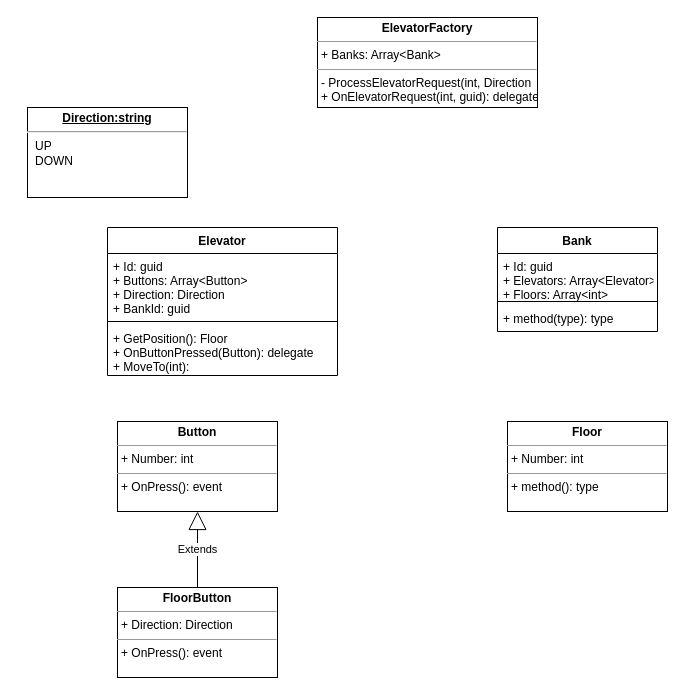
This is diagram.drawio from gezilein/ElevatorChaos, a draw.io file, before an edit. Source tidied: cells renumbered, new cells numbered last; positions are measured from the earlier drawing's top-left corner, leaving out a move shared by most shapes. Both pictures are drawn from the tidied source at 100%, with x=0, y=0 at pixel (27, 17).
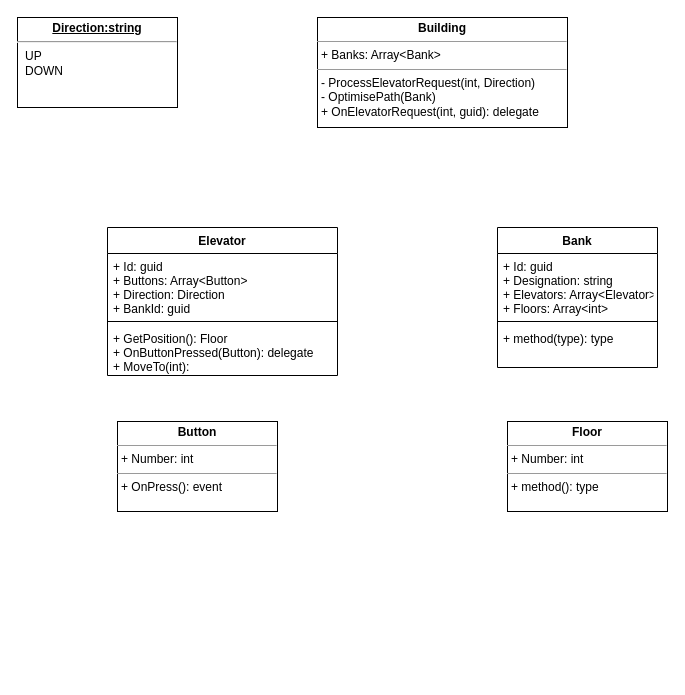
The same page after the edit.

Diff of the diagram source:
```diff
@@
 <mxGraphModel>
   <root>
     <mxCell id="0" />
     <mxCell id="1" parent="0" />
     <mxCell id="2" value="Elevator" style="swimlane;fontStyle=1;align=center;verticalAlign=top;horizontal=1;startSize=26;" parent="1" vertex="1">
       <mxGeometry x="80" y="210" width="230" height="148" as="geometry" />
     </mxCell>
     <mxCell id="3" value="+ Id: guid&#10;+ Buttons: Array&lt;Button&gt;&#10;+ Direction: Direction&#10;+ BankId: guid" style="text;strokeColor=none;fillColor=none;align=left;verticalAlign=top;spacingLeft=4;spacingRight=4;overflow=hidden;" parent="2" vertex="1">
       <mxGeometry y="26" width="230" height="64" as="geometry" />
     </mxCell>
     <mxCell id="4" style="line;strokeWidth=1;fillColor=none;align=left;verticalAlign=middle;spacingTop=-1;spacingLeft=3;spacingRight=3;labelPosition=right;" parent="2" vertex="1">
       <mxGeometry y="90" width="230" height="8" as="geometry" />
     </mxCell>
     <mxCell id="5" value="+ GetPosition(): Floor&#10;+ OnButtonPressed(Button): delegate&#10;+ MoveTo(int): &#10;&#10;" style="text;strokeColor=none;fillColor=none;align=left;verticalAlign=top;spacingLeft=4;spacingRight=4;overflow=hidden;" parent="2" vertex="1">
       <mxGeometry y="98" width="230" height="50" as="geometry" />
     </mxCell>
     <mxCell id="6" value="Bank" style="swimlane;fontStyle=1;align=center;verticalAlign=top;horizontal=1;startSize=26;" parent="1" vertex="1">
-      <mxGeometry x="470" y="210" width="160" height="104" as="geometry" />
+      <mxGeometry x="470" y="210" width="160" height="140" as="geometry" />
     </mxCell>
-    <mxCell id="7" value="+ Id: guid&#10;+ Elevators: Array&lt;Elevator&gt;&#10;+ Floors: Array&lt;int&gt;&#10;" style="text;strokeColor=none;fillColor=none;align=left;verticalAlign=top;spacingLeft=4;spacingRight=4;overflow=hidden;" parent="6" vertex="1">
-      <mxGeometry y="26" width="160" height="44" as="geometry" />
+    <mxCell id="7" value="+ Id: guid&#10;+ Designation: string&#10;+ Elevators: Array&lt;Elevator&gt;&#10;+ Floors: Array&lt;int&gt;&#10;" style="text;strokeColor=none;fillColor=none;align=left;verticalAlign=top;spacingLeft=4;spacingRight=4;overflow=hidden;" parent="6" vertex="1">
+      <mxGeometry y="26" width="160" height="64" as="geometry" />
     </mxCell>
     <mxCell id="8" style="line;strokeWidth=1;fillColor=none;align=left;verticalAlign=middle;spacingTop=-1;spacingLeft=3;spacingRight=3;labelPosition=right;" parent="6" vertex="1">
-      <mxGeometry y="70" width="160" height="8" as="geometry" />
+      <mxGeometry y="90" width="160" height="8" as="geometry" />
     </mxCell>
     <mxCell id="9" value="+ method(type): type" style="text;strokeColor=none;fillColor=none;align=left;verticalAlign=top;spacingLeft=4;spacingRight=4;overflow=hidden;" parent="6" vertex="1">
-      <mxGeometry y="78" width="160" height="26" as="geometry" />
+      <mxGeometry y="98" width="160" height="42" as="geometry" />
     </mxCell>
-    <mxCell id="10" value="&lt;p style=&quot;margin: 0px ; margin-top: 4px ; text-align: center&quot;&gt;&lt;b&gt;ElevatorFactory&lt;/b&gt;&lt;/p&gt;&lt;hr size=&quot;1&quot;&gt;&lt;p style=&quot;margin: 0px ; margin-left: 4px&quot;&gt;+ Banks: Array&amp;lt;Bank&amp;gt;&lt;/p&gt;&lt;hr size=&quot;1&quot;&gt;&lt;p style=&quot;margin: 0px ; margin-left: 4px&quot;&gt;- ProcessElevatorRequest(int, Direction&lt;/p&gt;&lt;p style=&quot;margin: 0px ; margin-left: 4px&quot;&gt;+ OnElevatorRequest(int, guid): delegate&lt;/p&gt;" style="verticalAlign=top;align=left;overflow=fill;fontSize=12;fontFamily=Helvetica;html=1;" parent="1" vertex="1">
-      <mxGeometry x="290" width="220" height="90" as="geometry" />
+    <mxCell id="10" value="&lt;p style=&quot;margin: 0px ; margin-top: 4px ; text-align: center&quot;&gt;&lt;b&gt;Building&lt;/b&gt;&lt;/p&gt;&lt;hr size=&quot;1&quot;&gt;&lt;p style=&quot;margin: 0px ; margin-left: 4px&quot;&gt;+ Banks: Array&amp;lt;Bank&amp;gt;&lt;/p&gt;&lt;hr size=&quot;1&quot;&gt;&lt;p style=&quot;margin: 0px ; margin-left: 4px&quot;&gt;- ProcessElevatorRequest(int, Direction)&lt;/p&gt;&lt;p style=&quot;margin: 0px ; margin-left: 4px&quot;&gt;- OptimisePath(Bank)&lt;/p&gt;&lt;p style=&quot;margin: 0px ; margin-left: 4px&quot;&gt;+ OnElevatorRequest(int, guid): delegate&lt;/p&gt;" style="verticalAlign=top;align=left;overflow=fill;fontSize=12;fontFamily=Helvetica;html=1;" parent="1" vertex="1">
+      <mxGeometry x="290" width="250" height="110" as="geometry" />
     </mxCell>
     <mxCell id="11" value="&lt;p style=&quot;margin: 0px ; margin-top: 4px ; text-align: center&quot;&gt;&lt;b&gt;Button&lt;/b&gt;&lt;/p&gt;&lt;hr size=&quot;1&quot;&gt;&lt;p style=&quot;margin: 0px ; margin-left: 4px&quot;&gt;+ Number: int&lt;/p&gt;&lt;hr size=&quot;1&quot;&gt;&lt;p style=&quot;margin: 0px ; margin-left: 4px&quot;&gt;+ OnPress(): event&lt;/p&gt;" style="verticalAlign=top;align=left;overflow=fill;fontSize=12;fontFamily=Helvetica;html=1;" parent="1" vertex="1">
       <mxGeometry x="90" y="404" width="160" height="90" as="geometry" />
     </mxCell>
     <mxCell id="12" value="&lt;p style=&quot;margin: 0px ; margin-top: 4px ; text-align: center ; text-decoration: underline&quot;&gt;&lt;b&gt;Direction:string&lt;/b&gt;&lt;/p&gt;&lt;hr&gt;&lt;p style=&quot;margin: 0px ; margin-left: 8px&quot;&gt;UP&lt;/p&gt;&lt;p style=&quot;margin: 0px ; margin-left: 8px&quot;&gt;DOWN&lt;/p&gt;" style="verticalAlign=top;align=left;overflow=fill;fontSize=12;fontFamily=Helvetica;html=1;" parent="1" vertex="1">
-      <mxGeometry y="90" width="160" height="90" as="geometry" />
+      <mxGeometry x="-10" width="160" height="90" as="geometry" />
     </mxCell>
     <mxCell id="13" value="&lt;p style=&quot;margin: 0px ; margin-top: 4px ; text-align: center&quot;&gt;&lt;b&gt;Floor&lt;/b&gt;&lt;/p&gt;&lt;hr size=&quot;1&quot;&gt;&lt;p style=&quot;margin: 0px ; margin-left: 4px&quot;&gt;+ Number: int&lt;/p&gt;&lt;hr size=&quot;1&quot;&gt;&lt;p style=&quot;margin: 0px ; margin-left: 4px&quot;&gt;+ method(): type&lt;/p&gt;" style="verticalAlign=top;align=left;overflow=fill;fontSize=12;fontFamily=Helvetica;html=1;" parent="1" vertex="1">
       <mxGeometry x="480" y="404" width="160" height="90" as="geometry" />
     </mxCell>
-    <mxCell id="14" value="&lt;p style=&quot;margin: 0px ; margin-top: 4px ; text-align: center&quot;&gt;&lt;b&gt;FloorButton&lt;/b&gt;&lt;/p&gt;&lt;hr size=&quot;1&quot;&gt;&lt;p style=&quot;margin: 0px ; margin-left: 4px&quot;&gt;+ Direction: Direction&lt;/p&gt;&lt;hr size=&quot;1&quot;&gt;&lt;p style=&quot;margin: 0px ; margin-left: 4px&quot;&gt;+ OnPress(): event&lt;/p&gt;" style="verticalAlign=top;align=left;overflow=fill;fontSize=12;fontFamily=Helvetica;html=1;" parent="1" vertex="1">
-      <mxGeometry x="90" y="570" width="160" height="90" as="geometry" />
-    </mxCell>
-    <mxCell id="15" value="Extends" style="endArrow=block;endSize=16;endFill=0;html=1;" parent="1" edge="1" source="14" target="11">
-      <mxGeometry relative="1" as="geometry" />
-    </mxCell>
   </root>
 </mxGraphModel>
```
